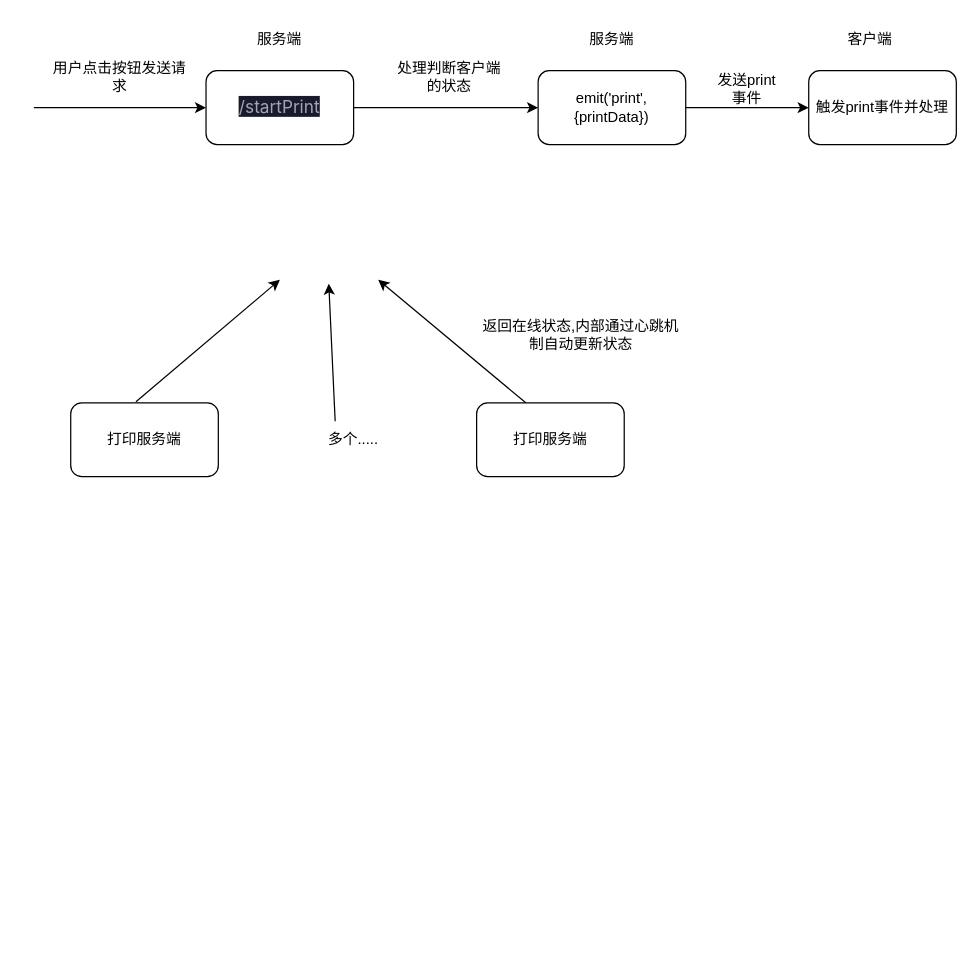
BINGWU2003/print-project-vue keeps this draw.io diagram as test.dio. Above is the earlier version. Source tidied: cells renumbered, new cells numbered last; positions are measured from the earlier drawing's top-left corner, leaving out a move shared by most shapes. Both pictures are drawn from the tidied source at 123%, with x=0, y=0 at pixel (33, 21).
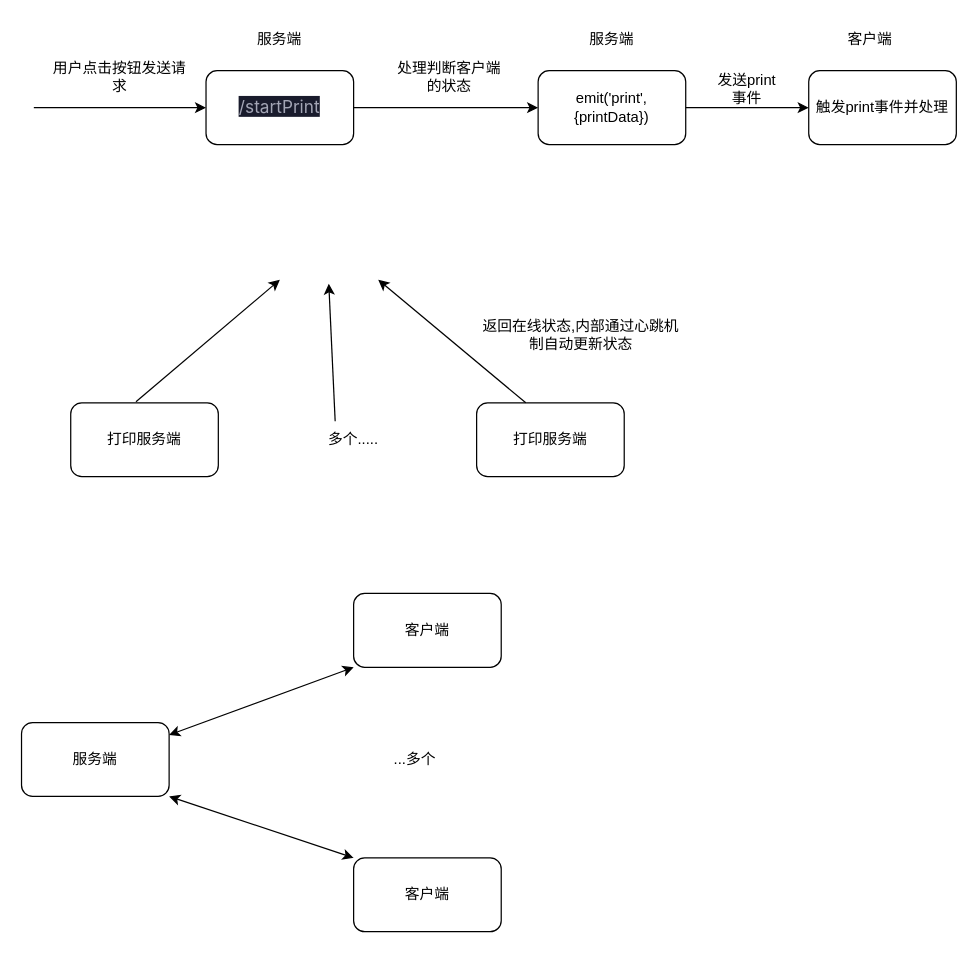
The same diagram, later.

Change to the diagram source:
```diff
@@
+    <mxCell id="21" value="服务端" style="rounded=1;whiteSpace=wrap;html=1;" parent="1" vertex="1">
+      <mxGeometry x="-10" y="570" width="120" height="60" as="geometry" />
+    </mxCell>
+    <mxCell id="22" value="客户端" style="rounded=1;whiteSpace=wrap;html=1;" parent="1" vertex="1">
+      <mxGeometry x="260" y="465" width="120" height="60" as="geometry" />
+    </mxCell>
+    <mxCell id="23" value="客户端" style="rounded=1;whiteSpace=wrap;html=1;" parent="1" vertex="1">
+      <mxGeometry x="260" y="680" width="120" height="60" as="geometry" />
+    </mxCell>
+    <mxCell id="24" style="endArrow=classic;startArrow=classic;html=1;entryX=0;entryY=1;entryDx=0;entryDy=0;" parent="1" edge="1" target="22">
+      <mxGeometry relative="1" as="geometry">
+        <mxPoint x="110" y="580" as="sourcePoint" />
+      </mxGeometry>
+    </mxCell>
+    <mxCell id="25" style="endArrow=classic;startArrow=classic;html=1;entryX=0;entryY=0;entryDx=0;entryDy=0;" parent="1" edge="1" target="23">
+      <mxGeometry relative="1" as="geometry">
+        <mxPoint x="110" y="630" as="sourcePoint" />
+      </mxGeometry>
+    </mxCell>
+    <mxCell id="26" value="...多个" style="text;html=1;strokeColor=none;fillColor=none;align=center;verticalAlign=middle;whiteSpace=wrap;rounded=0;" parent="1" vertex="1">
+      <mxGeometry x="280" y="585" width="60" height="30" as="geometry" />
+    </mxCell>
```
